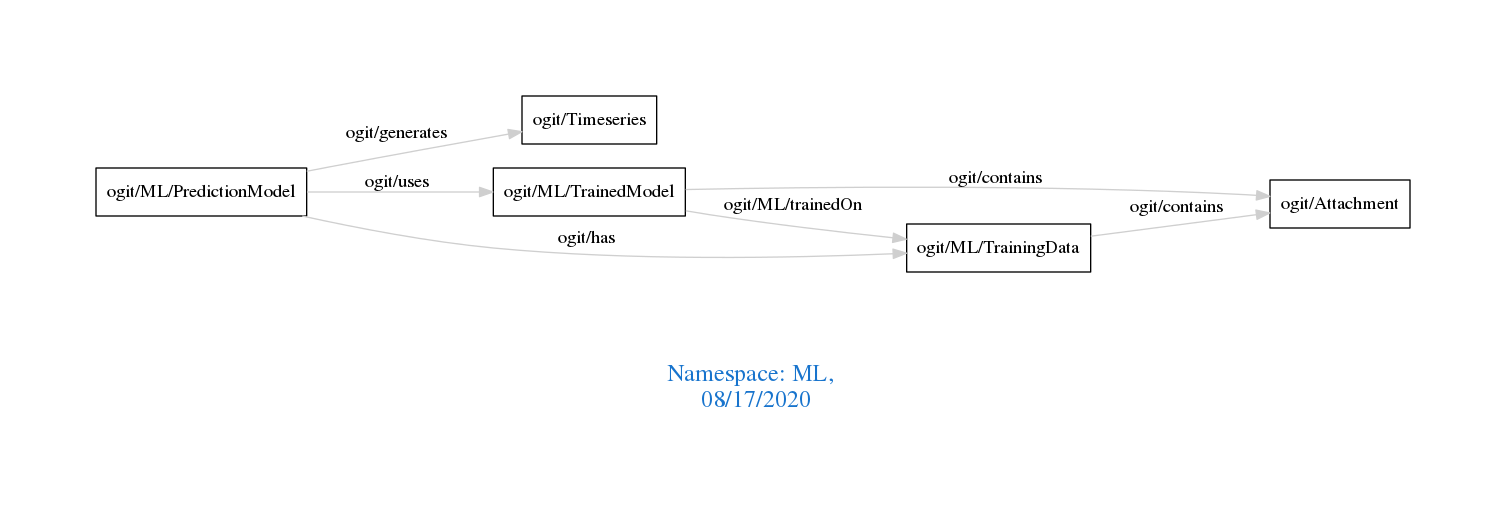
The Graphviz diagram downloads/ML.png in arago/OGIT, before a commit. Its source is kept beside it as downloads/ML.dot.
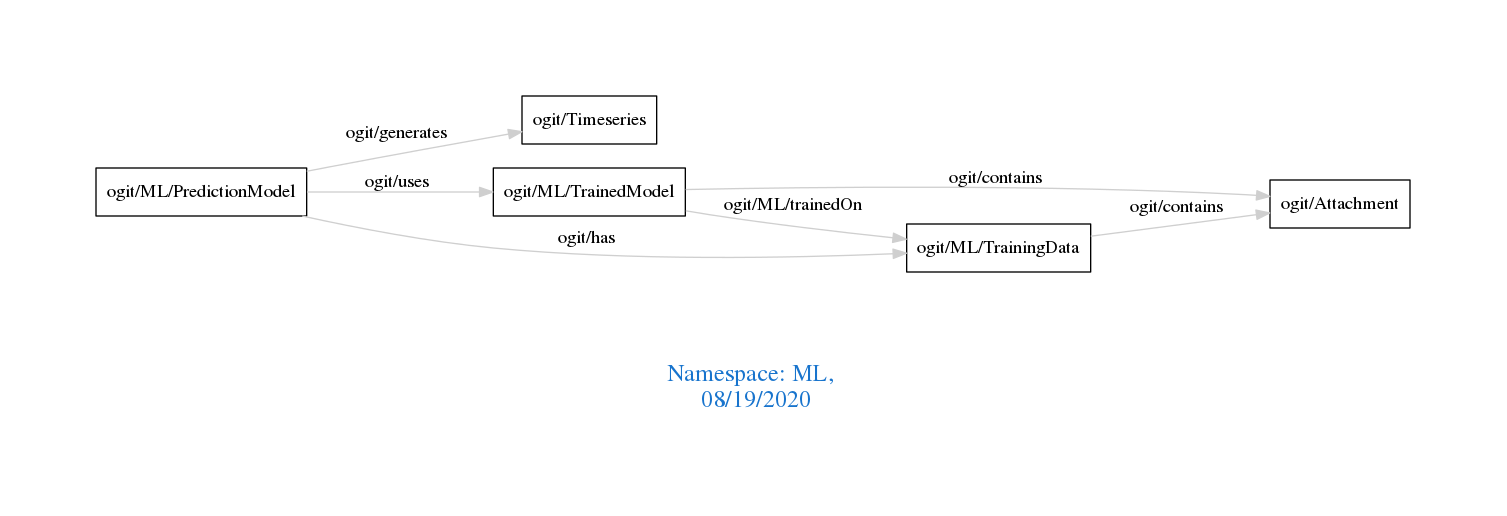
The same file after the commit.

Change to the diagram source:
```diff
@@ -1,7 +1,7 @@
 digraph OGIT_ontology {
  graph [ rankdir= LR,pad=1
 fontsize = 18,
-fontcolor= dodgerblue3,label = "\n\n\nNamespace: ML, \n 08/17/2020"];
+fontcolor= dodgerblue3,label = "\n\n\nNamespace: ML, \n 08/19/2020"];
 node[shape=polygon];
 edge [  color="gray81"];
 
```
